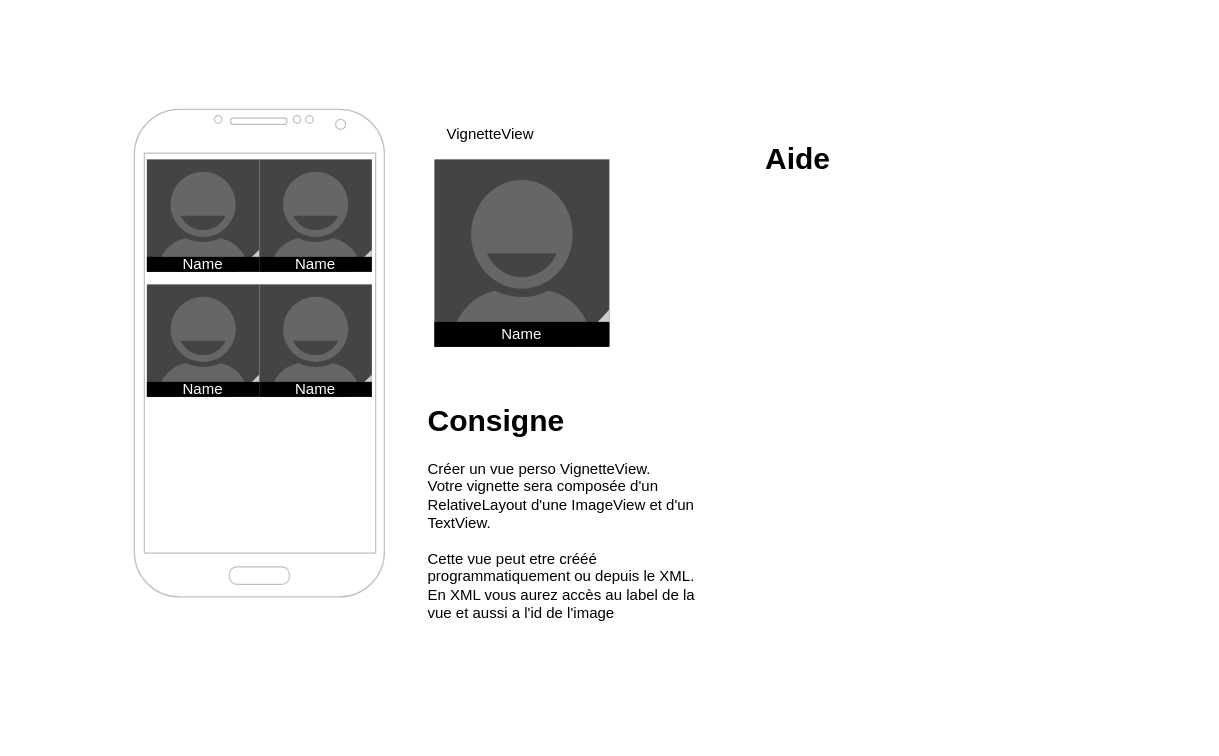
Above: exo_en_classe_sujet/06-custom-view/view-vue-combinaison.drawio in arseneRuben/androidLearning (draw.io), before the change. Source tidied: cells renumbered, new cells numbered last; positions are measured from the earlier drawing's top-left corner, leaving out a move shared by most shapes. Both pictures are drawn from the tidied source at 125%, with x=0, y=0 at pixel (134, 109).
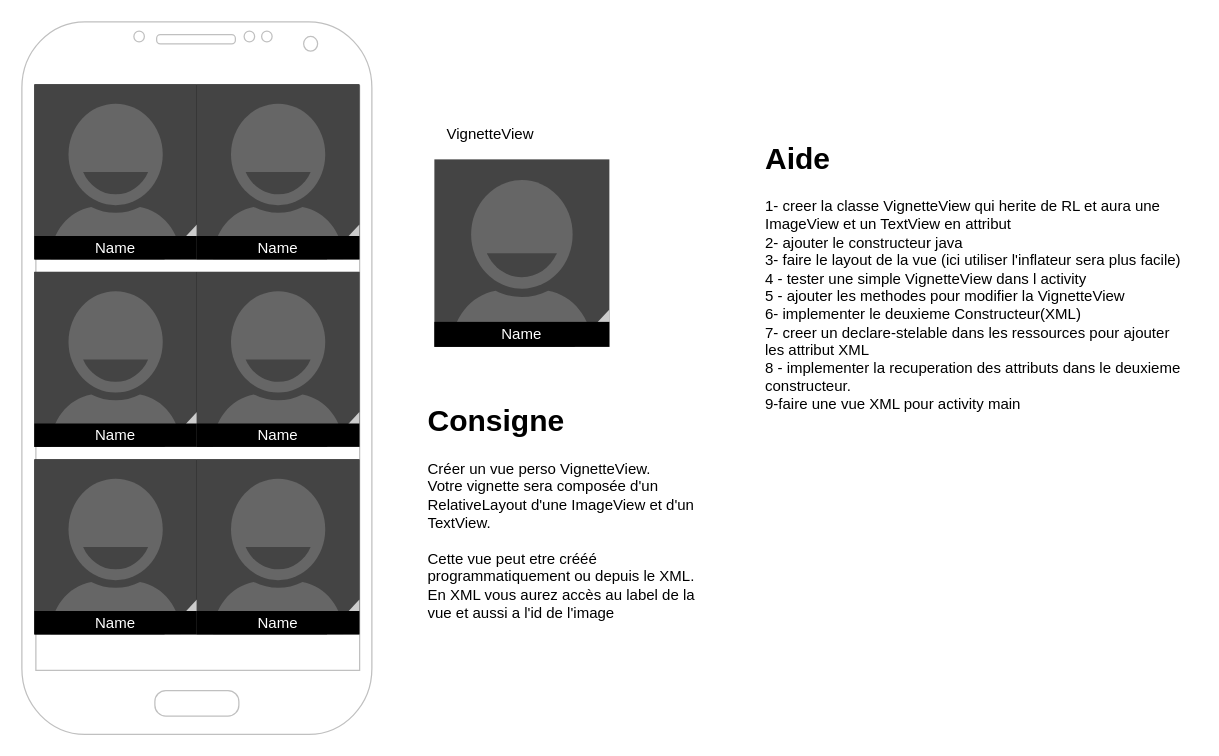
Above is the later version.

Commit message:
update sujet exo view

Change to the diagram source:
```diff
@@
     <mxCell id="2" style="verticalLabelPosition=bottom;verticalAlign=top;html=1;shadow=0;dashed=0;strokeWidth=1;shape=mxgraph.android.phone2;strokeColor=#c0c0c0;" parent="1" vertex="1">
-      <mxGeometry width="200" height="390" as="geometry" />
+      <mxGeometry x="-90" y="-70" width="280" height="570" as="geometry" />
     </mxCell>
@@
-    <mxCell id="7" style="group;" parent="1" vertex="1">
-      <mxGeometry x="10" y="40" width="90" height="90" as="geometry" />
-    </mxCell>
-    <mxCell id="8" style="verticalLabelPosition=bottom;verticalAlign=top;html=1;shadow=0;dashed=0;strokeWidth=1;shape=mxgraph.android.contact_badge_normal;" parent="7" vertex="1">
-      <mxGeometry width="90" height="90" as="geometry" />
-    </mxCell>
-    <mxCell id="9" value="Name" style="text;html=1;align=center;verticalAlign=middle;whiteSpace=wrap;rounded=0;labelBackgroundColor=none;fillColor=#000;fontColor=#FFFFFF;" parent="7" vertex="1">
-      <mxGeometry y="78" width="90" height="12" as="geometry" />
-    </mxCell>
-    <mxCell id="10" style="group;" parent="1" vertex="1">
-      <mxGeometry x="100" y="40" width="90" height="90" as="geometry" />
-    </mxCell>
-    <mxCell id="11" style="verticalLabelPosition=bottom;verticalAlign=top;html=1;shadow=0;dashed=0;strokeWidth=1;shape=mxgraph.android.contact_badge_normal;" parent="10" vertex="1">
-      <mxGeometry width="90" height="90" as="geometry" />
-    </mxCell>
-    <mxCell id="12" value="Name" style="text;html=1;align=center;verticalAlign=middle;whiteSpace=wrap;rounded=0;labelBackgroundColor=none;fillColor=#000;fontColor=#FFFFFF;" parent="10" vertex="1">
-      <mxGeometry y="78" width="90" height="12" as="geometry" />
-    </mxCell>
-    <mxCell id="13" style="group;" parent="1" vertex="1">
-      <mxGeometry x="10" y="140" width="90" height="90" as="geometry" />
-    </mxCell>
-    <mxCell id="14" style="verticalLabelPosition=bottom;verticalAlign=top;html=1;shadow=0;dashed=0;strokeWidth=1;shape=mxgraph.android.contact_badge_normal;" parent="13" vertex="1">
-      <mxGeometry width="90" height="90" as="geometry" />
-    </mxCell>
-    <mxCell id="15" value="Name" style="text;html=1;align=center;verticalAlign=middle;whiteSpace=wrap;rounded=0;labelBackgroundColor=none;fillColor=#000;fontColor=#FFFFFF;" parent="13" vertex="1">
-      <mxGeometry y="78" width="90" height="12" as="geometry" />
-    </mxCell>
-    <mxCell id="16" style="group;" parent="1" vertex="1">
-      <mxGeometry x="100" y="140" width="90" height="90" as="geometry" />
-    </mxCell>
-    <mxCell id="17" style="verticalLabelPosition=bottom;verticalAlign=top;html=1;shadow=0;dashed=0;strokeWidth=1;shape=mxgraph.android.contact_badge_normal;" parent="16" vertex="1">
-      <mxGeometry width="90" height="90" as="geometry" />
-    </mxCell>
-    <mxCell id="18" value="Name" style="text;html=1;align=center;verticalAlign=middle;whiteSpace=wrap;rounded=0;labelBackgroundColor=none;fillColor=#000;fontColor=#FFFFFF;" parent="16" vertex="1">
-      <mxGeometry y="78" width="90" height="12" as="geometry" />
-    </mxCell>
@@
-    <mxCell id="20" value="&lt;h1&gt;Aide&lt;/h1&gt;&lt;div&gt;&lt;br&gt;&lt;/div&gt;" style="text;html=1;strokeColor=none;fillColor=none;spacing=5;spacingTop=-20;whiteSpace=wrap;overflow=hidden;rounded=0;labelBackgroundColor=none;fontColor=#000000;" parent="1" vertex="1">
-      <mxGeometry x="500" y="20" width="270" height="400" as="geometry" />
+    <mxCell id="20" value="&lt;h1&gt;Aide&lt;/h1&gt;&lt;div&gt;1- creer la classe VignetteView qui herite de RL et aura une ImageView et un TextView en attribut&lt;/div&gt;&lt;div&gt;2- ajouter le constructeur java&lt;/div&gt;&lt;div&gt;3- faire le layout de la vue (ici utiliser l'inflateur sera plus facile)&lt;/div&gt;&lt;div&gt;4 - tester une simple VignetteView dans l activity&lt;/div&gt;&lt;div&gt;5 - ajouter les methodes pour modifier la VignetteView&lt;/div&gt;&lt;div&gt;6- implementer le deuxieme Constructeur(XML)&lt;/div&gt;&lt;div&gt;7- creer un declare-stelable dans les ressources pour ajouter les attribut XML&lt;/div&gt;&lt;div&gt;8 - implementer la recuperation des attributs dans le deuxieme constructeur.&lt;/div&gt;&lt;div&gt;9-faire une vue XML pour activity main&lt;/div&gt;&lt;div&gt;&lt;br&gt;&lt;/div&gt;&lt;div&gt;&lt;br&gt;&lt;/div&gt;" style="text;html=1;strokeColor=none;fillColor=none;spacing=5;spacingTop=-20;whiteSpace=wrap;overflow=hidden;rounded=0;labelBackgroundColor=none;fontColor=#000000;" parent="1" vertex="1">
+      <mxGeometry x="500" y="20" width="350" height="250" as="geometry" />
     </mxCell>
+    <mxCell id="21" style="group;labelBackgroundColor=none;fontColor=#000000;fillColor=#000;" parent="1" vertex="1">
+      <mxGeometry x="-80" y="-20" width="130" height="140" as="geometry" />
+    </mxCell>
+    <mxCell id="22" style="verticalLabelPosition=bottom;verticalAlign=top;html=1;shadow=0;dashed=0;strokeWidth=1;shape=mxgraph.android.contact_badge_normal;" parent="21" vertex="1">
+      <mxGeometry width="130" height="140" as="geometry" />
+    </mxCell>
+    <mxCell id="23" value="Name" style="text;html=1;align=center;verticalAlign=middle;whiteSpace=wrap;rounded=0;labelBackgroundColor=none;fillColor=#000;fontColor=#FFFFFF;" parent="21" vertex="1">
+      <mxGeometry y="121.3" width="130" height="18.7" as="geometry" />
+    </mxCell>
+    <mxCell id="24" style="group;labelBackgroundColor=none;fontColor=#000000;fillColor=#000;" parent="1" vertex="1">
+      <mxGeometry x="50" y="-20" width="130" height="140" as="geometry" />
+    </mxCell>
+    <mxCell id="25" style="verticalLabelPosition=bottom;verticalAlign=top;html=1;shadow=0;dashed=0;strokeWidth=1;shape=mxgraph.android.contact_badge_normal;" parent="24" vertex="1">
+      <mxGeometry width="130" height="140" as="geometry" />
+    </mxCell>
+    <mxCell id="26" value="Name" style="text;html=1;align=center;verticalAlign=middle;whiteSpace=wrap;rounded=0;labelBackgroundColor=none;fillColor=#000;fontColor=#FFFFFF;" parent="24" vertex="1">
+      <mxGeometry y="121.3" width="130" height="18.7" as="geometry" />
+    </mxCell>
+    <mxCell id="27" style="group;labelBackgroundColor=none;fontColor=#000000;fillColor=#000;" parent="1" vertex="1">
+      <mxGeometry x="-80" y="130" width="130" height="140" as="geometry" />
+    </mxCell>
+    <mxCell id="28" style="verticalLabelPosition=bottom;verticalAlign=top;html=1;shadow=0;dashed=0;strokeWidth=1;shape=mxgraph.android.contact_badge_normal;" parent="27" vertex="1">
+      <mxGeometry width="130" height="140" as="geometry" />
+    </mxCell>
+    <mxCell id="29" value="Name" style="text;html=1;align=center;verticalAlign=middle;whiteSpace=wrap;rounded=0;labelBackgroundColor=none;fillColor=#000;fontColor=#FFFFFF;" parent="27" vertex="1">
+      <mxGeometry y="121.3" width="130" height="18.7" as="geometry" />
+    </mxCell>
+    <mxCell id="30" style="group;labelBackgroundColor=none;fontColor=#000000;fillColor=#000;" parent="1" vertex="1">
+      <mxGeometry x="50" y="130" width="130" height="140" as="geometry" />
+    </mxCell>
+    <mxCell id="31" style="verticalLabelPosition=bottom;verticalAlign=top;html=1;shadow=0;dashed=0;strokeWidth=1;shape=mxgraph.android.contact_badge_normal;" parent="30" vertex="1">
+      <mxGeometry width="130" height="140" as="geometry" />
+    </mxCell>
+    <mxCell id="32" value="Name" style="text;html=1;align=center;verticalAlign=middle;whiteSpace=wrap;rounded=0;labelBackgroundColor=none;fillColor=#000;fontColor=#FFFFFF;" parent="30" vertex="1">
+      <mxGeometry y="121.3" width="130" height="18.7" as="geometry" />
+    </mxCell>
+    <mxCell id="33" style="group;labelBackgroundColor=none;fontColor=#000000;fillColor=#000;" parent="1" vertex="1">
+      <mxGeometry x="-80" y="280" width="130" height="140" as="geometry" />
+    </mxCell>
+    <mxCell id="34" style="verticalLabelPosition=bottom;verticalAlign=top;html=1;shadow=0;dashed=0;strokeWidth=1;shape=mxgraph.android.contact_badge_normal;" parent="33" vertex="1">
+      <mxGeometry width="130" height="140" as="geometry" />
+    </mxCell>
+    <mxCell id="35" value="Name" style="text;html=1;align=center;verticalAlign=middle;whiteSpace=wrap;rounded=0;labelBackgroundColor=none;fillColor=#000;fontColor=#FFFFFF;" parent="33" vertex="1">
+      <mxGeometry y="121.3" width="130" height="18.7" as="geometry" />
+    </mxCell>
+    <mxCell id="36" style="group;labelBackgroundColor=none;fontColor=#000000;fillColor=#000;" parent="1" vertex="1">
+      <mxGeometry x="50" y="280" width="130" height="140" as="geometry" />
+    </mxCell>
+    <mxCell id="37" style="verticalLabelPosition=bottom;verticalAlign=top;html=1;shadow=0;dashed=0;strokeWidth=1;shape=mxgraph.android.contact_badge_normal;" parent="36" vertex="1">
+      <mxGeometry width="130" height="140" as="geometry" />
+    </mxCell>
+    <mxCell id="38" value="Name" style="text;html=1;align=center;verticalAlign=middle;whiteSpace=wrap;rounded=0;labelBackgroundColor=none;fillColor=#000;fontColor=#FFFFFF;" parent="36" vertex="1">
+      <mxGeometry y="121.3" width="130" height="18.7" as="geometry" />
+    </mxCell>
```
